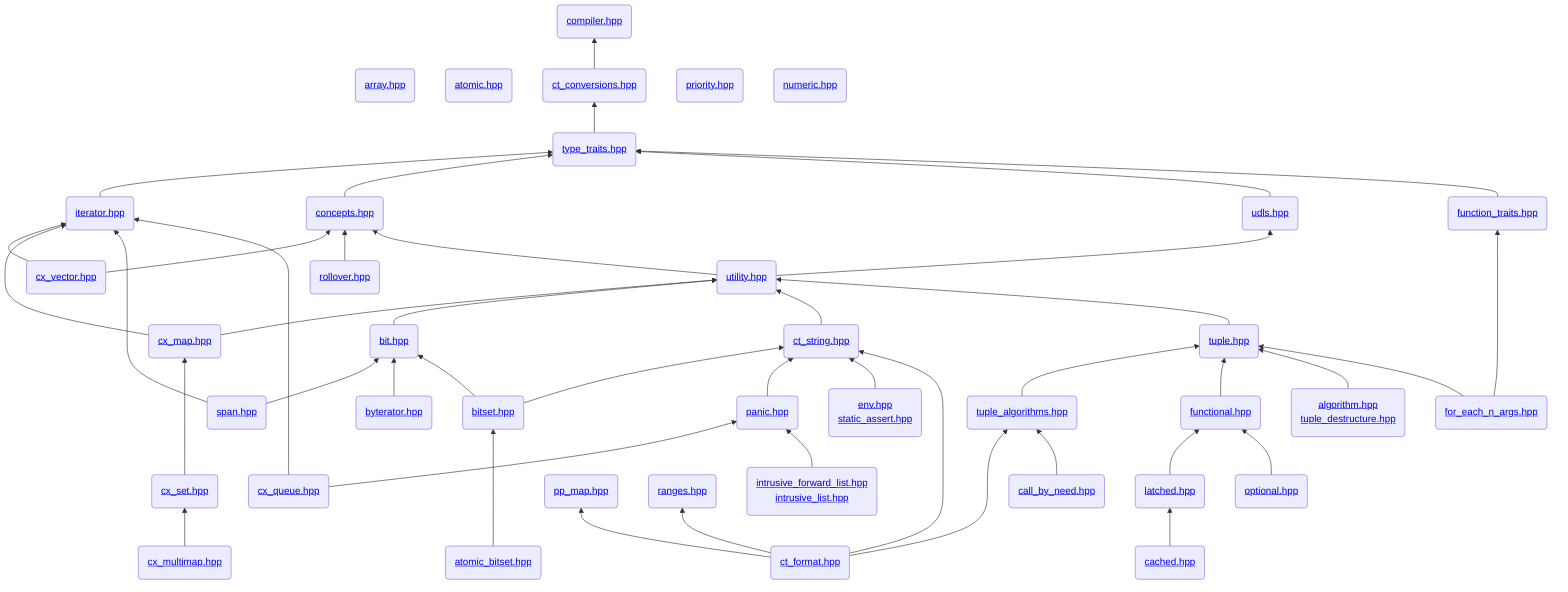
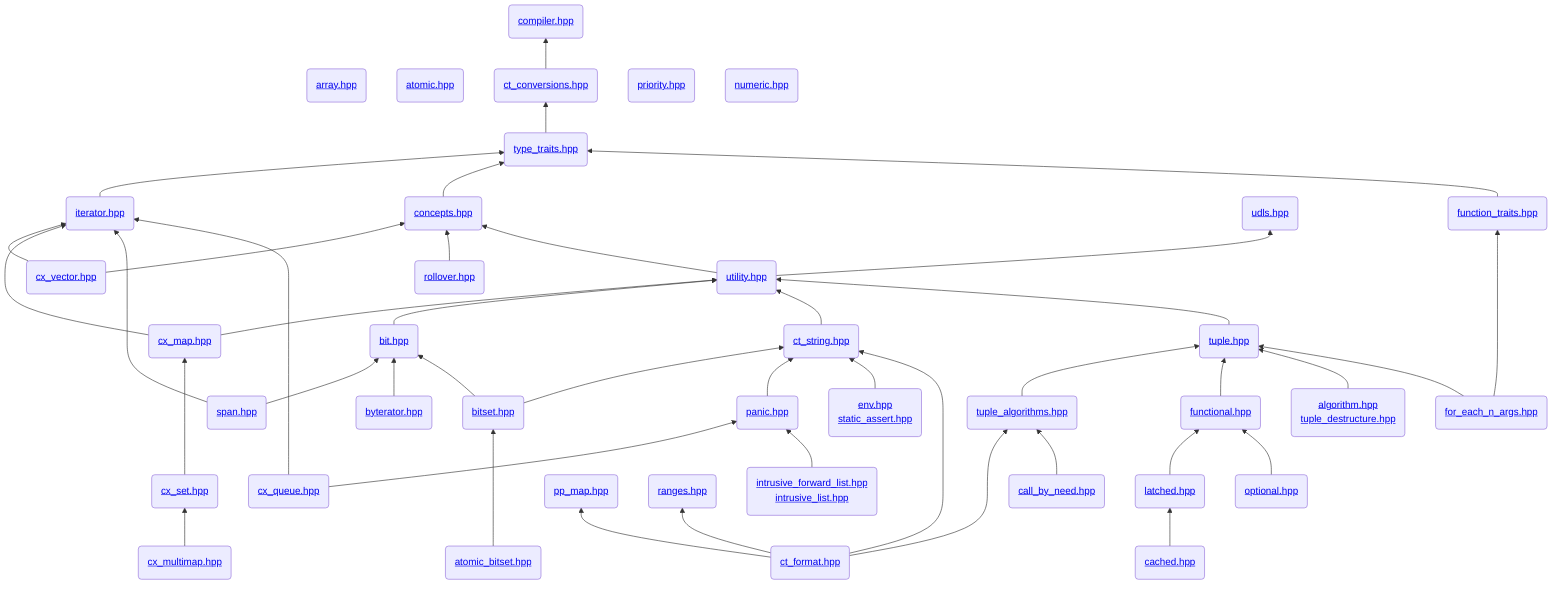
flowchart BT
  %% level 0
  compiler(<a href="https://github.com/intel/cpp-std-extensions/tree/main/include/stdx/compiler.hpp">compiler.hpp</a>)

  %% level 1
  array(<a href="https://github.com/intel/cpp-std-extensions/tree/main/include/stdx/array.hpp">array.hpp</a>)
  atomic(<a href="https://github.com/intel/cpp-std-extensions/tree/main/include/stdx/atomic.hpp">atomic.hpp</a>)
  ct_conversions(<a href="https://github.com/intel/cpp-std-extensions/tree/main/include/stdx/ct_conversions.hpp">ct_conversions.hpp</a>)
  array ~~~ compiler
  atomic ~~~ compiler
  ct_conversions --> compiler
  priority(<a href="https://github.com/intel/cpp-std-extensions/tree/main/include/stdx/priority.hpp">priority.hpp</a>)
  numeric(<a href="https://github.com/intel/cpp-std-extensions/tree/main/include/stdx/numeric.hpp">numeric.hpp</a>)
  priority ~~~ compiler
  numeric ~~~ compiler

  %% level 2
  type_traits(<a href="https://github.com/intel/cpp-std-extensions/tree/main/include/stdx/type_traits.hpp">type_traits.hpp</a>)
  type_traits --> ct_conversions

  %% level 3
  iterator(<a href="https://github.com/intel/cpp-std-extensions/tree/main/include/stdx/iterator.hpp">iterator.hpp</a>)
  iterator --> type_traits
  concepts(<a href="https://github.com/intel/cpp-std-extensions/tree/main/include/stdx/concepts.hpp">concepts.hpp</a>)
  concepts --> type_traits
  udls(<a href="https://github.com/intel/cpp-std-extensions/tree/main/include/stdx/udls.hpp">udls.hpp</a>)
-   udls --> type_traits
  function_traits(<a href="https://github.com/intel/cpp-std-extensions/tree/main/include/stdx/function_traits.hpp">function_traits.hpp</a>)
  function_traits --> type_traits

  %% level 4
  cx_vector(<a href="https://github.com/intel/cpp-std-extensions/tree/main/include/stdx/cx_vector.hpp">cx_vector.hpp</a>)
  cx_vector --> iterator
  cx_vector --> concepts
  rollover(<a href="https://github.com/intel/cpp-std-extensions/tree/main/include/stdx/rollover.hpp">rollover.hpp</a>)
  rollover --> concepts
  utility(<a href="https://github.com/intel/cpp-std-extensions/tree/main/include/stdx/utility.hpp">utility.hpp</a>)
  utility --> concepts
  utility --> udls

  %% level 5
  cx_map(<a href="https://github.com/intel/cpp-std-extensions/tree/main/include/stdx/cx_map.hpp">cx_map.hpp</a>)
  cx_map ---> iterator
  cx_map --> utility
  bit(<a href="https://github.com/intel/cpp-std-extensions/tree/main/include/stdx/bit.hpp">bit.hpp</a>)
  bit --> utility
  ct_string(<a href="https://github.com/intel/cpp-std-extensions/tree/main/include/stdx/ct_string.hpp">ct_string.hpp</a>)
  ct_string --> utility
  tuple(<a href="https://github.com/intel/cpp-std-extensions/tree/main/include/stdx/tuple.hpp">tuple.hpp</a>)
  tuple --> utility

  %% level 6
  span(<a href="https://github.com/intel/cpp-std-extensions/tree/main/include/stdx/span.hpp">span.hpp</a>)
  span ----> iterator
  span --> bit
  byterator(<a href="https://github.com/intel/cpp-std-extensions/tree/main/include/stdx/byterator.hpp">byterator.hpp</a>)
  byterator --> bit
  cx_set(<a href="https://github.com/intel/cpp-std-extensions/tree/main/include/stdx/cx_set.hpp">cx_set.hpp</a>)
  cx_set ---> cx_map
  bitset(<a href="https://github.com/intel/cpp-std-extensions/tree/main/include/stdx/bitset.hpp">bitset.hpp</a>)
  bitset --> bit
  bitset --> ct_string
  panic(<a href="https://github.com/intel/cpp-std-extensions/tree/main/include/stdx/panic.hpp">panic.hpp</a>)
  panic --> ct_string
  A(<a href="https://github.com/intel/cpp-std-extensions/tree/main/include/stdx/env.hpp">env.hpp</a><br><a href="https://github.com/intel/cpp-std-extensions/tree/main/include/stdx/static_assert.hpp">static_assert.hpp</a>)
  A --> ct_string
  tuple_algorithms(<a href="https://github.com/intel/cpp-std-extensions/tree/main/include/stdx/tuple_algorithms.hpp">tuple_algorithms.hpp</a>)
  tuple_algorithms --> tuple
  functional(<a href="https://github.com/intel/cpp-std-extensions/tree/main/include/stdx/functional.hpp">functional.hpp</a>)
  functional --> tuple
  C(<a href="https://github.com/intel/cpp-std-extensions/tree/main/include/stdx/algorithm.hpp">algorithm.hpp</a><br><a href="https://github.com/intel/cpp-std-extensions/tree/main/include/stdx/tuple_destructure.hpp">tuple_destructure.hpp</a>)
  C --> tuple
  for_each_n_args(<a href="https://github.com/intel/cpp-std-extensions/tree/main/include/stdx/for_each_n_args.hpp">for_each_n_args.hpp</a>)
  for_each_n_args ----> function_traits
  for_each_n_args --> tuple

  %% level 7
  cx_multimap(<a href="https://github.com/intel/cpp-std-extensions/tree/main/include/stdx/cx_multimap.hpp">cx_multimap.hpp</a>)
  cx_multimap --> cx_set
  cx_queue(<a href="https://github.com/intel/cpp-std-extensions/tree/main/include/stdx/cx_queue.hpp">cx_queue.hpp</a>)
  cx_queue ----> iterator
  cx_queue --> panic
  atomic_bitset(<a href="https://github.com/intel/cpp-std-extensions/tree/main/include/stdx/atomic_bitset.hpp">atomic_bitset.hpp</a>)
  atomic_bitset ---> bitset
  B(<a href="https://github.com/intel/cpp-std-extensions/tree/main/include/stdx/intrusive_forward_list.hpp">intrusive_forward_list.hpp<br><a href="https://github.com/intel/cpp-std-extensions/tree/main/include/stdx/intrusive_list.hpp">intrusive_list.hpp</a>)
  B --> panic
  ct_format(<a href="https://github.com/intel/cpp-std-extensions/tree/main/include/stdx/ct_format.hpp">ct_format.hpp</a>)
  pp_map(<a href="https://github.com/intel/cpp-std-extensions/tree/main/include/stdx/pp_map.hpp">pp_map.hpp</a>)
  ranges(<a href="https://github.com/intel/cpp-std-extensions/tree/main/include/stdx/ranges.hpp">ranges.hpp</a>)
  ct_format ----> ct_string
  ct_format ---> tuple_algorithms
  ct_format --> pp_map
  ct_format --> ranges
  call_by_need(<a href="https://github.com/intel/cpp-std-extensions/tree/main/include/stdx/call_by_need.hpp">call_by_need.hpp</a>)
  call_by_need --> tuple_algorithms
  latched(<a href="https://github.com/intel/cpp-std-extensions/tree/main/include/stdx/latched.hpp">latched.hpp</a>)
  latched --> functional
  optional(<a href="https://github.com/intel/cpp-std-extensions/tree/main/include/stdx/optional.hpp">optional.hpp</a>)
  optional --> functional

  %% level 8
  cached(<a href="https://github.com/intel/cpp-std-extensions/tree/main/include/stdx/cached.hpp">cached.hpp</a>)
  cached --> latched
